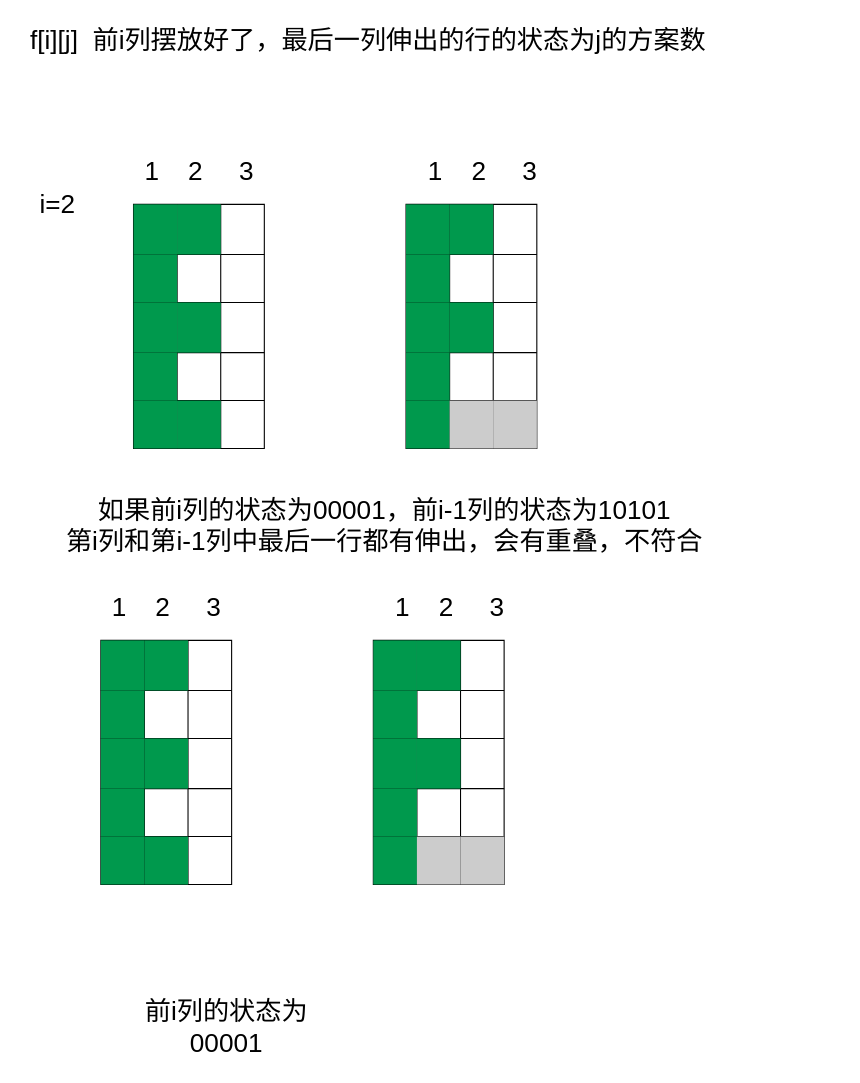
Before: demos/未命名绘图.drawio in leno23/drawio-demos, a draw.io diagram. Source tidied: cells renumbered, new cells numbered last; positions are measured from the earlier drawing's top-left corner, leaving out a move shared by most shapes. Both pictures are drawn from the tidied source at 109%, with x=0, y=0 at pixel (19, 19).
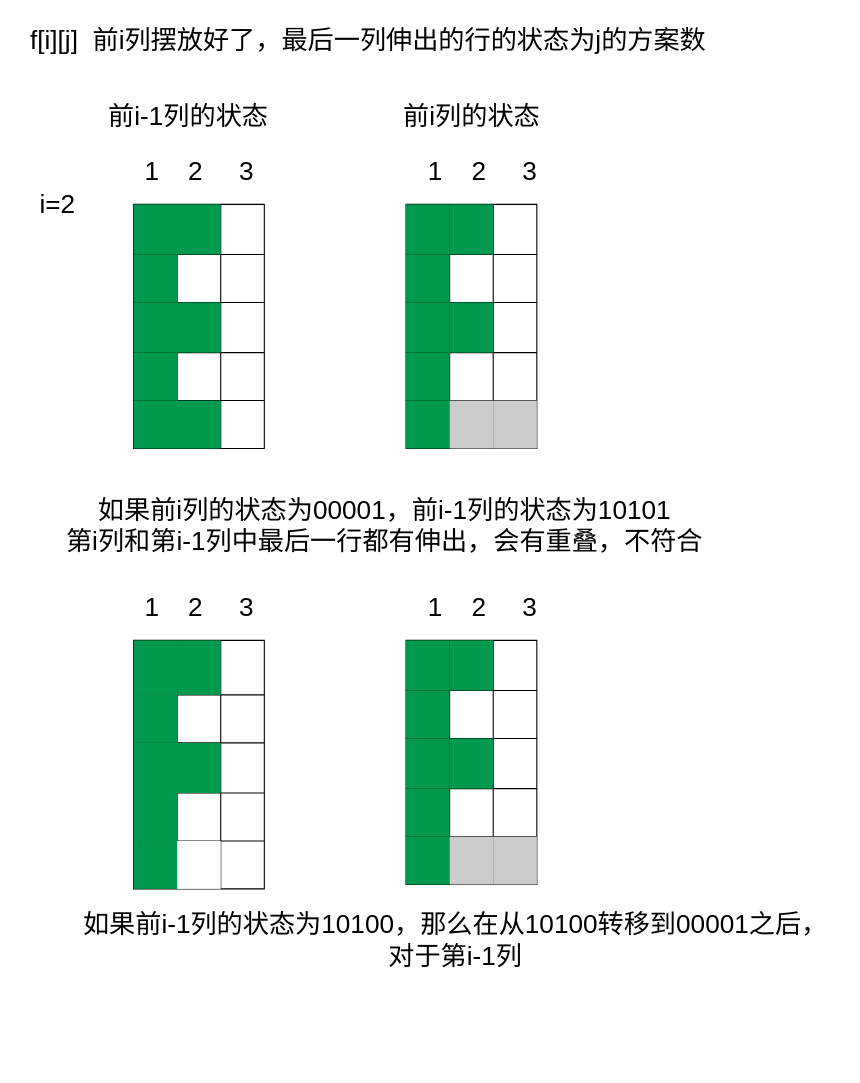
After the change.

Commit message (it also covers changes not shown here):
蒙特里安的梦想.drawio

Change to the diagram source:
```diff
@@
-    <mxCell id="26" value="前i列的状态为&lt;br&gt;00001" style="text;html=1;align=center;verticalAlign=middle;strokeColor=none;fillColor=none;fontSize=24;" parent="1" vertex="1">
-      <mxGeometry x="105" y="890" width="170" height="70" as="geometry" />
-    </mxCell>
@@
     <mxCell id="50" style="shape=table;startSize=0;childLayout=tableLayout;" parent="1" vertex="1">
-      <mxGeometry x="75" y="570" width="120" height="224" as="geometry" />
+      <mxGeometry x="105" y="570" width="120" height="228" as="geometry" />
     </mxCell>
     <mxCell id="51" style="shape=tableRow;horizontal=0;startSize=0;swimlaneHead=0;swimlaneBody=0;top=0;left=0;bottom=0;right=0;fillColor=none;" parent="50" vertex="1">
-      <mxGeometry width="120" height="46" as="geometry" />
+      <mxGeometry width="120" height="50" as="geometry" />
     </mxCell>
     <mxCell id="52" style="shape=partialRectangle;html=1;whiteSpace=wrap;overflow=hidden;fillColor=#00994D;top=0;left=0;bottom=0;right=0;" parent="51" vertex="1">
-      <mxGeometry width="40" height="46" as="geometry" />
+      <mxGeometry width="40" height="50" as="geometry" />
     </mxCell>
     <mxCell id="53" style="shape=partialRectangle;html=1;whiteSpace=wrap;overflow=hidden;fillColor=#00994D;top=0;left=0;bottom=0;right=0;" parent="51" vertex="1">
-      <mxGeometry x="40" width="40" height="46" as="geometry" />
+      <mxGeometry x="40" width="40" height="50" as="geometry" />
     </mxCell>
     <mxCell id="54" style="shape=partialRectangle;html=1;whiteSpace=wrap;overflow=hidden;fillColor=none;top=0;left=0;bottom=0;right=0;" parent="51" vertex="1">
-      <mxGeometry x="80" width="40" height="46" as="geometry" />
+      <mxGeometry x="80" width="40" height="50" as="geometry" />
     </mxCell>
     <mxCell id="55" style="shape=tableRow;horizontal=0;startSize=0;swimlaneHead=0;swimlaneBody=0;top=0;left=0;bottom=0;right=0;fillColor=none;" parent="50" vertex="1">
-      <mxGeometry y="46" width="120" height="44" as="geometry" />
+      <mxGeometry y="50" width="120" height="44" as="geometry" />
     </mxCell>
@@
     <mxCell id="59" style="shape=tableRow;horizontal=0;startSize=0;swimlaneHead=0;swimlaneBody=0;top=0;left=0;bottom=0;right=0;fillColor=none;" parent="50" vertex="1">
-      <mxGeometry y="90" width="120" height="46" as="geometry" />
+      <mxGeometry y="94" width="120" height="46" as="geometry" />
     </mxCell>
@@
     <mxCell id="63" style="shape=tableRow;horizontal=0;startSize=0;swimlaneHead=0;swimlaneBody=0;top=0;left=0;bottom=0;right=0;fillColor=none;" parent="50" vertex="1">
-      <mxGeometry y="136" width="120" height="44" as="geometry" />
+      <mxGeometry y="140" width="120" height="44" as="geometry" />
     </mxCell>
@@
     <mxCell id="67" style="shape=tableRow;horizontal=0;startSize=0;swimlaneHead=0;swimlaneBody=0;top=0;left=0;bottom=0;right=0;fillColor=none;" parent="50" vertex="1">
-      <mxGeometry y="180" width="120" height="44" as="geometry" />
+      <mxGeometry y="184" width="120" height="44" as="geometry" />
     </mxCell>
@@
-    <mxCell id="69" style="shape=partialRectangle;html=1;whiteSpace=wrap;overflow=hidden;fillColor=#00994D;top=0;left=0;bottom=0;right=0;" parent="67" vertex="1">
+    <mxCell id="69" style="shape=partialRectangle;html=1;whiteSpace=wrap;overflow=hidden;fillColor=#FFFFFF;top=0;left=0;bottom=0;right=0;" parent="67" vertex="1">
       <mxGeometry x="40" width="40" height="44" as="geometry" />
     </mxCell>
@@
     <mxCell id="71" value="&lt;font style=&quot;font-size: 24px;&quot;&gt;1&amp;nbsp; &amp;nbsp; 2&amp;nbsp; &amp;nbsp; &amp;nbsp;3&lt;/font&gt;" style="text;html=1;align=center;verticalAlign=middle;strokeColor=none;fillColor=none;" parent="1" vertex="1">
-      <mxGeometry x="75" y="520" width="120" height="40" as="geometry" />
+      <mxGeometry x="105" y="520" width="120" height="40" as="geometry" />
     </mxCell>
     <mxCell id="72" value="&lt;font style=&quot;font-size: 24px;&quot;&gt;1&amp;nbsp; &amp;nbsp; 2&amp;nbsp; &amp;nbsp; &amp;nbsp;3&lt;/font&gt;" style="text;html=1;align=center;verticalAlign=middle;strokeColor=none;fillColor=none;" parent="1" vertex="1">
-      <mxGeometry x="335" y="520" width="120" height="40" as="geometry" />
+      <mxGeometry x="365" y="520" width="120" height="40" as="geometry" />
     </mxCell>
     <mxCell id="73" style="shape=table;startSize=0;childLayout=tableLayout;" parent="1" vertex="1">
-      <mxGeometry x="325" y="570" width="120" height="224" as="geometry" />
+      <mxGeometry x="355" y="570" width="120" height="224" as="geometry" />
     </mxCell>
@@
+    <mxCell id="94" value="如果前i-1列的状态为10100，那么在从10100转移到00001之后，&lt;br&gt;对于第i-1列" style="text;html=1;align=center;verticalAlign=middle;strokeColor=none;fillColor=none;fontSize=24;" parent="1" vertex="1">
+      <mxGeometry x="45" y="810" width="710" height="70" as="geometry" />
+    </mxCell>
+    <mxCell id="95" value="前i-1列的状态" style="text;html=1;align=center;verticalAlign=middle;strokeColor=none;fillColor=none;fontSize=24;" parent="1" vertex="1">
+      <mxGeometry x="70" y="70" width="170" height="40" as="geometry" />
+    </mxCell>
+    <mxCell id="96" value="前i列的状态" style="text;html=1;align=center;verticalAlign=middle;strokeColor=none;fillColor=none;fontSize=24;" parent="1" vertex="1">
+      <mxGeometry x="340" y="70" width="150" height="40" as="geometry" />
+    </mxCell>
```
